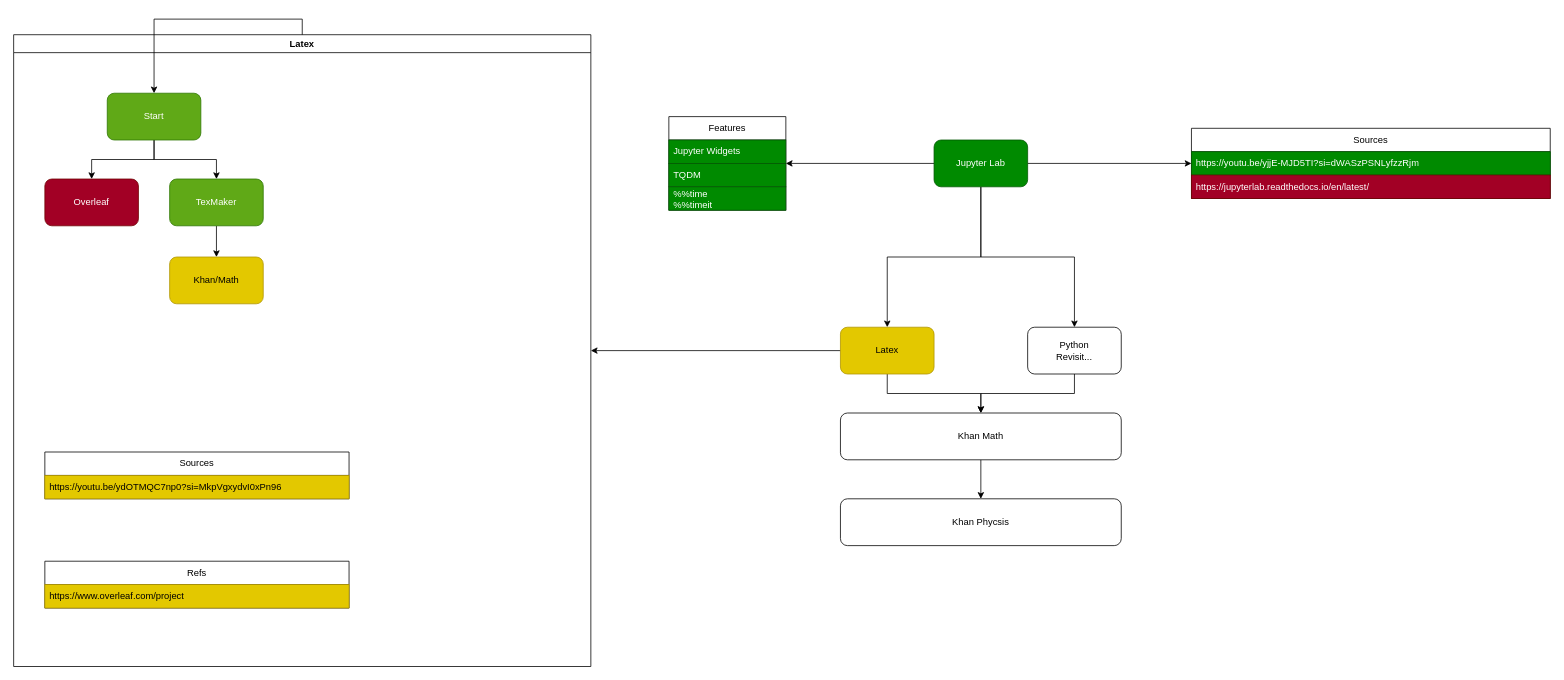
Mini-Pingu/math_physics keeps this draw.io diagram as page "to-do" (2 of 2) of roadmap.drawio. Above is the earlier version. Source tidied: cells renumbered, new cells numbered last; positions are measured from the earlier drawing's top-left corner, leaving out a move shared by most shapes. Both pictures are drawn from the tidied source at 78%, with x=0, y=0 at pixel (13, 34).
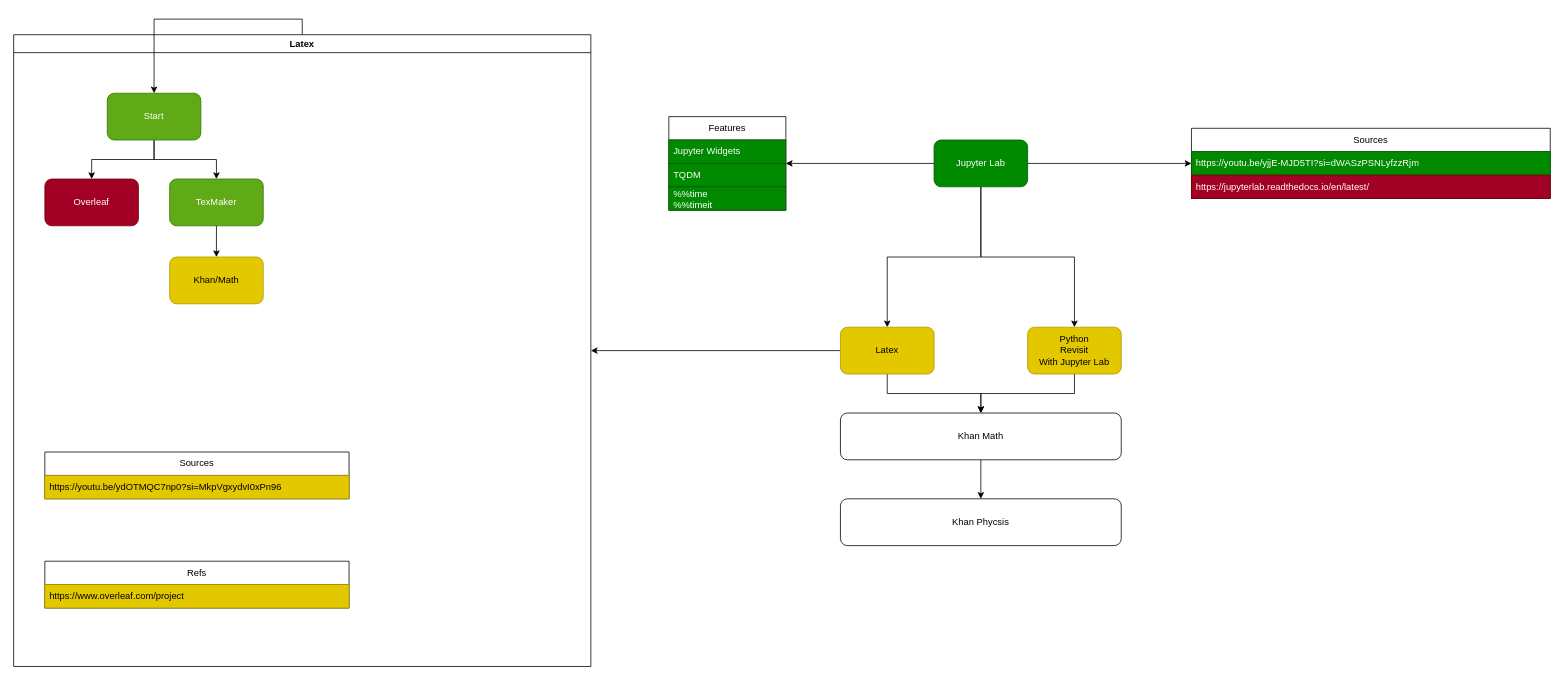
Above is the later version.

Commit message (it also covers changes not shown here):
update roadmap with python

Change to the diagram source:
```diff
@@
-    <mxCell id="11" value="Python&lt;br&gt;Revisit..." style="rounded=1;whiteSpace=wrap;html=1;" parent="1" vertex="1">
+    <mxCell id="11" value="Python&lt;br&gt;Revisit&lt;div&gt;With Jupyter Lab&lt;/div&gt;" style="rounded=1;whiteSpace=wrap;html=1;fillColor=#e3c800;fontColor=#000000;strokeColor=#B09500;" parent="1" vertex="1">
       <mxGeometry x="1300" y="375" width="120" height="60" as="geometry" />
     </mxCell>
```
